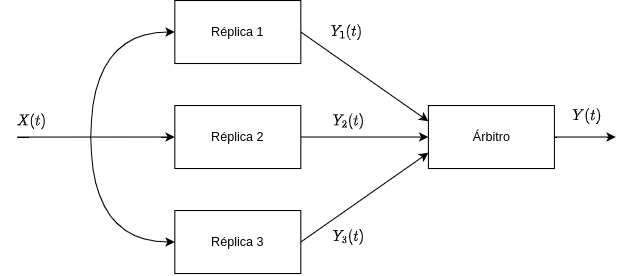
Above: docs/latex/img/TMR.png in Federiconunezfrau/FCC-project-LARoptero (draw.io), before the change. Source tidied: cells renumbered, new cells last; positions are measured from the earlier drawing's top-left corner, leaving out a move shared by most shapes. The source it was exported from:
```xml
<mxGraphModel math="1">
  <root>
    <mxCell id="0" />
    <mxCell id="1" parent="0" />
    <mxCell id="2" style="rounded=0;jettySize=auto;html=1;exitX=1;exitY=0.5;exitDx=0;exitDy=0;entryX=0;entryY=0.25;entryDx=0;entryDy=0;" parent="1" edge="1" source="4" target="12">
      <mxGeometry relative="1" as="geometry" />
    </mxCell>
    <mxCell id="3" style="edgeStyle=orthogonalEdgeStyle;curved=1;rounded=0;jettySize=auto;html=1;exitX=0;exitY=0.5;exitDx=0;exitDy=0;startArrow=classic;startFill=1;endArrow=none;endFill=0;" parent="1" edge="1" source="4">
      <mxGeometry relative="1" as="geometry">
        <mxPoint x="86" y="130" as="targetPoint" />
      </mxGeometry>
    </mxCell>
    <mxCell id="4" value="Réplica 1" style="rounded=0;whiteSpace=wrap;html=1;" parent="1" vertex="1">
      <mxGeometry x="166" width="120" height="60" as="geometry" />
    </mxCell>
    <mxCell id="5" style="edgeStyle=none;rounded=0;jettySize=auto;html=1;exitX=1;exitY=0.5;exitDx=0;exitDy=0;entryX=0;entryY=0.5;entryDx=0;entryDy=0;" parent="1" edge="1" source="7" target="12">
      <mxGeometry relative="1" as="geometry" />
    </mxCell>
    <mxCell id="6" style="edgeStyle=orthogonalEdgeStyle;curved=1;rounded=0;jettySize=auto;html=1;exitX=0;exitY=0.5;exitDx=0;exitDy=0;startArrow=classic;startFill=1;endArrow=none;endFill=0;" parent="1" edge="1" source="7">
      <mxGeometry relative="1" as="geometry">
        <mxPoint x="16" y="130" as="targetPoint" />
      </mxGeometry>
    </mxCell>
    <mxCell id="7" value="Réplica 2" style="rounded=0;whiteSpace=wrap;html=1;" parent="1" vertex="1">
      <mxGeometry x="166" y="100" width="120" height="60" as="geometry" />
    </mxCell>
    <mxCell id="8" style="edgeStyle=none;rounded=0;jettySize=auto;html=1;exitX=1;exitY=0.5;exitDx=0;exitDy=0;entryX=0;entryY=0.75;entryDx=0;entryDy=0;" parent="1" edge="1" source="10" target="12">
      <mxGeometry relative="1" as="geometry" />
    </mxCell>
    <mxCell id="9" style="edgeStyle=orthogonalEdgeStyle;curved=1;rounded=0;jettySize=auto;html=1;exitX=0;exitY=0.5;exitDx=0;exitDy=0;startArrow=classic;startFill=1;endArrow=none;endFill=0;" parent="1" edge="1" source="10">
      <mxGeometry relative="1" as="geometry">
        <mxPoint x="86" y="130" as="targetPoint" />
      </mxGeometry>
    </mxCell>
    <mxCell id="10" value="Réplica 3" style="rounded=0;whiteSpace=wrap;html=1;" parent="1" vertex="1">
      <mxGeometry x="166" y="200" width="120" height="60" as="geometry" />
    </mxCell>
    <mxCell id="11" style="edgeStyle=orthogonalEdgeStyle;rounded=0;jettySize=auto;html=1;exitX=1;exitY=0.5;exitDx=0;exitDy=0;" parent="1" edge="1" source="12">
      <mxGeometry relative="1" as="geometry">
        <mxPoint x="586" y="130" as="targetPoint" />
      </mxGeometry>
    </mxCell>
    <mxCell id="12" value="Árbitro" style="rounded=0;whiteSpace=wrap;html=1;" parent="1" vertex="1">
      <mxGeometry x="407.5" y="100" width="120" height="60" as="geometry" />
    </mxCell>
    <mxCell id="13" value="$$Y_1(t)$$" style="text;html=1;strokeColor=none;fillColor=none;align=center;verticalAlign=middle;whiteSpace=wrap;rounded=0;" parent="1" vertex="1">
      <mxGeometry x="309.5" y="15" width="40" height="30" as="geometry" />
    </mxCell>
    <mxCell id="14" value="$$Y_2(t)$$" style="text;html=1;strokeColor=none;fillColor=none;align=center;verticalAlign=middle;whiteSpace=wrap;rounded=0;" parent="1" vertex="1">
      <mxGeometry x="312" y="100" width="40" height="30" as="geometry" />
    </mxCell>
    <mxCell id="15" value="$$Y_3(t)$$" style="text;html=1;strokeColor=none;fillColor=none;align=center;verticalAlign=middle;whiteSpace=wrap;rounded=0;" parent="1" vertex="1">
      <mxGeometry x="312" y="210" width="40" height="30" as="geometry" />
    </mxCell>
    <mxCell id="16" value="$$X(t)$$" style="text;html=1;strokeColor=none;fillColor=none;align=center;verticalAlign=middle;whiteSpace=wrap;rounded=0;" parent="1" vertex="1">
      <mxGeometry y="100" width="60" height="30" as="geometry" />
    </mxCell>
    <mxCell id="17" value="$$Y(t)$$" style="text;html=1;strokeColor=none;fillColor=none;align=center;verticalAlign=middle;whiteSpace=wrap;rounded=0;" parent="1" vertex="1">
      <mxGeometry x="538.5" y="95" width="40" height="30" as="geometry" />
    </mxCell>
  </root>
</mxGraphModel>
```
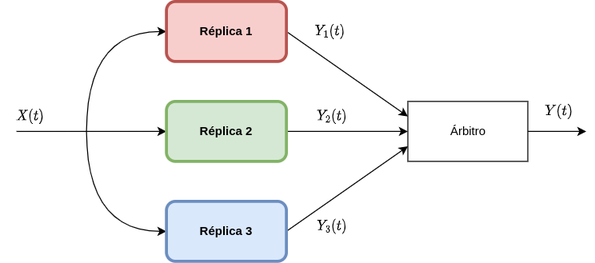
The same diagram one commit later.

Diff of the diagram source:
```diff
@@ -2,61 +2,61 @@
   <root>
     <mxCell id="0" />
     <mxCell id="1" parent="0" />
-    <mxCell id="2" style="rounded=0;jettySize=auto;html=1;exitX=1;exitY=0.5;exitDx=0;exitDy=0;entryX=0;entryY=0.25;entryDx=0;entryDy=0;" parent="1" edge="1" source="4" target="12">
+    <mxCell id="2" style="rounded=0;jettySize=auto;html=1;exitX=1;exitY=0.5;exitDx=0;exitDy=0;entryX=0;entryY=0.25;entryDx=0;entryDy=0;" parent="1" edge="1" source="15" target="9">
       <mxGeometry relative="1" as="geometry" />
     </mxCell>
-    <mxCell id="3" style="edgeStyle=orthogonalEdgeStyle;curved=1;rounded=0;jettySize=auto;html=1;exitX=0;exitY=0.5;exitDx=0;exitDy=0;startArrow=classic;startFill=1;endArrow=none;endFill=0;" parent="1" edge="1" source="4">
+    <mxCell id="3" style="edgeStyle=orthogonalEdgeStyle;curved=1;rounded=0;jettySize=auto;html=1;exitX=0;exitY=0.5;exitDx=0;exitDy=0;startArrow=classic;startFill=1;endArrow=none;endFill=0;" parent="1" edge="1" source="15">
       <mxGeometry relative="1" as="geometry">
-        <mxPoint x="86" y="130" as="targetPoint" />
+        <mxPoint x="3231" y="-181" as="targetPoint" />
       </mxGeometry>
     </mxCell>
-    <mxCell id="4" value="Réplica 1" style="rounded=0;whiteSpace=wrap;html=1;" parent="1" vertex="1">
-      <mxGeometry x="166" width="120" height="60" as="geometry" />
+    <mxCell id="4" style="edgeStyle=none;rounded=0;jettySize=auto;html=1;exitX=1;exitY=0.5;exitDx=0;exitDy=0;entryX=0;entryY=0.5;entryDx=0;entryDy=0;" parent="1" edge="1" source="16" target="9">
+      <mxGeometry relative="1" as="geometry" />
     </mxCell>
-    <mxCell id="5" style="edgeStyle=none;rounded=0;jettySize=auto;html=1;exitX=1;exitY=0.5;exitDx=0;exitDy=0;entryX=0;entryY=0.5;entryDx=0;entryDy=0;" parent="1" edge="1" source="7" target="12">
-      <mxGeometry relative="1" as="geometry" />
+    <mxCell id="5" style="edgeStyle=orthogonalEdgeStyle;curved=1;rounded=0;jettySize=auto;html=1;exitX=0;exitY=0.5;exitDx=0;exitDy=0;startArrow=classic;startFill=1;endArrow=none;endFill=0;" parent="1" edge="1" source="16">
+      <mxGeometry relative="1" as="geometry">
+        <mxPoint x="3161" y="-181" as="targetPoint" />
+      </mxGeometry>
     </mxCell>
-    <mxCell id="6" style="edgeStyle=orthogonalEdgeStyle;curved=1;rounded=0;jettySize=auto;html=1;exitX=0;exitY=0.5;exitDx=0;exitDy=0;startArrow=classic;startFill=1;endArrow=none;endFill=0;" parent="1" edge="1" source="7">
-      <mxGeometry relative="1" as="geometry">
-        <mxPoint x="16" y="130" as="targetPoint" />
-      </mxGeometry>
+    <mxCell id="6" style="edgeStyle=none;rounded=0;jettySize=auto;html=1;exitX=1;exitY=0.5;exitDx=0;exitDy=0;entryX=0;entryY=0.75;entryDx=0;entryDy=0;" parent="1" edge="1" source="17" target="9">
+      <mxGeometry relative="1" as="geometry" />
     </mxCell>
-    <mxCell id="7" value="Réplica 2" style="rounded=0;whiteSpace=wrap;html=1;" parent="1" vertex="1">
-      <mxGeometry x="166" y="100" width="120" height="60" as="geometry" />
+    <mxCell id="7" style="edgeStyle=orthogonalEdgeStyle;curved=1;rounded=0;jettySize=auto;html=1;exitX=0;exitY=0.5;exitDx=0;exitDy=0;startArrow=classic;startFill=1;endArrow=none;endFill=0;" parent="1" edge="1" source="17">
+      <mxGeometry relative="1" as="geometry">
+        <mxPoint x="3231" y="-181" as="targetPoint" />
+      </mxGeometry>
     </mxCell>
-    <mxCell id="8" style="edgeStyle=none;rounded=0;jettySize=auto;html=1;exitX=1;exitY=0.5;exitDx=0;exitDy=0;entryX=0;entryY=0.75;entryDx=0;entryDy=0;" parent="1" edge="1" source="10" target="12">
-      <mxGeometry relative="1" as="geometry" />
+    <mxCell id="8" style="edgeStyle=orthogonalEdgeStyle;rounded=0;jettySize=auto;html=1;exitX=1;exitY=0.5;exitDx=0;exitDy=0;" parent="1" edge="1" source="9">
+      <mxGeometry relative="1" as="geometry">
+        <mxPoint x="3731" y="-181" as="targetPoint" />
+      </mxGeometry>
     </mxCell>
-    <mxCell id="9" style="edgeStyle=orthogonalEdgeStyle;curved=1;rounded=0;jettySize=auto;html=1;exitX=0;exitY=0.5;exitDx=0;exitDy=0;startArrow=classic;startFill=1;endArrow=none;endFill=0;" parent="1" edge="1" source="10">
-      <mxGeometry relative="1" as="geometry">
-        <mxPoint x="86" y="130" as="targetPoint" />
-      </mxGeometry>
+    <mxCell id="9" value="Árbitro" style="rounded=0;whiteSpace=wrap;html=1;" parent="1" vertex="1">
+      <mxGeometry x="3552.5" y="-211" width="120" height="60" as="geometry" />
     </mxCell>
-    <mxCell id="10" value="Réplica 3" style="rounded=0;whiteSpace=wrap;html=1;" parent="1" vertex="1">
-      <mxGeometry x="166" y="200" width="120" height="60" as="geometry" />
+    <mxCell id="10" value="$$Y_1(t)$$" style="text;html=1;strokeColor=none;fillColor=none;align=center;verticalAlign=middle;whiteSpace=wrap;rounded=0;" parent="1" vertex="1">
+      <mxGeometry x="3454.5" y="-296" width="40" height="30" as="geometry" />
     </mxCell>
-    <mxCell id="11" style="edgeStyle=orthogonalEdgeStyle;rounded=0;jettySize=auto;html=1;exitX=1;exitY=0.5;exitDx=0;exitDy=0;" parent="1" edge="1" source="12">
-      <mxGeometry relative="1" as="geometry">
-        <mxPoint x="586" y="130" as="targetPoint" />
-      </mxGeometry>
+    <mxCell id="11" value="$$Y_2(t)$$" style="text;html=1;strokeColor=none;fillColor=none;align=center;verticalAlign=middle;whiteSpace=wrap;rounded=0;" parent="1" vertex="1">
+      <mxGeometry x="3457" y="-211" width="40" height="30" as="geometry" />
     </mxCell>
-    <mxCell id="12" value="Árbitro" style="rounded=0;whiteSpace=wrap;html=1;" parent="1" vertex="1">
-      <mxGeometry x="407.5" y="100" width="120" height="60" as="geometry" />
+    <mxCell id="12" value="$$Y_3(t)$$" style="text;html=1;strokeColor=none;fillColor=none;align=center;verticalAlign=middle;whiteSpace=wrap;rounded=0;" parent="1" vertex="1">
+      <mxGeometry x="3457" y="-101" width="40" height="30" as="geometry" />
     </mxCell>
-    <mxCell id="13" value="$$Y_1(t)$$" style="text;html=1;strokeColor=none;fillColor=none;align=center;verticalAlign=middle;whiteSpace=wrap;rounded=0;" parent="1" vertex="1">
-      <mxGeometry x="309.5" y="15" width="40" height="30" as="geometry" />
+    <mxCell id="13" value="$$X(t)$$" style="text;html=1;strokeColor=none;fillColor=none;align=center;verticalAlign=middle;whiteSpace=wrap;rounded=0;" parent="1" vertex="1">
+      <mxGeometry x="3145" y="-211" width="60" height="30" as="geometry" />
     </mxCell>
-    <mxCell id="14" value="$$Y_2(t)$$" style="text;html=1;strokeColor=none;fillColor=none;align=center;verticalAlign=middle;whiteSpace=wrap;rounded=0;" parent="1" vertex="1">
-      <mxGeometry x="312" y="100" width="40" height="30" as="geometry" />
+    <mxCell id="14" value="$$Y(t)$$" style="text;html=1;strokeColor=none;fillColor=none;align=center;verticalAlign=middle;whiteSpace=wrap;rounded=0;" parent="1" vertex="1">
+      <mxGeometry x="3683.5" y="-216" width="40" height="30" as="geometry" />
     </mxCell>
-    <mxCell id="15" value="$$Y_3(t)$$" style="text;html=1;strokeColor=none;fillColor=none;align=center;verticalAlign=middle;whiteSpace=wrap;rounded=0;" parent="1" vertex="1">
-      <mxGeometry x="312" y="210" width="40" height="30" as="geometry" />
+    <mxCell id="15" value="Réplica 1" style="rounded=1;whiteSpace=wrap;html=1;fillColor=#f8cecc;strokeColor=#b85450;strokeWidth=3;fontStyle=1;" parent="1" vertex="1">
+      <mxGeometry x="3311" y="-311" width="120" height="60" as="geometry" />
     </mxCell>
-    <mxCell id="16" value="$$X(t)$$" style="text;html=1;strokeColor=none;fillColor=none;align=center;verticalAlign=middle;whiteSpace=wrap;rounded=0;" parent="1" vertex="1">
-      <mxGeometry y="100" width="60" height="30" as="geometry" />
+    <mxCell id="16" value="Réplica 2" style="rounded=1;whiteSpace=wrap;html=1;fillColor=#d5e8d4;strokeColor=#82b366;strokeWidth=3;fontStyle=1;" parent="1" vertex="1">
+      <mxGeometry x="3311" y="-211" width="120" height="60" as="geometry" />
     </mxCell>
-    <mxCell id="17" value="$$Y(t)$$" style="text;html=1;strokeColor=none;fillColor=none;align=center;verticalAlign=middle;whiteSpace=wrap;rounded=0;" parent="1" vertex="1">
-      <mxGeometry x="538.5" y="95" width="40" height="30" as="geometry" />
+    <mxCell id="17" value="Réplica 3" style="rounded=1;whiteSpace=wrap;html=1;fillColor=#dae8fc;strokeColor=#6c8ebf;strokeWidth=3;fontStyle=1;" parent="1" vertex="1">
+      <mxGeometry x="3311" y="-111" width="120" height="60" as="geometry" />
     </mxCell>
   </root>
 </mxGraphModel>
```
